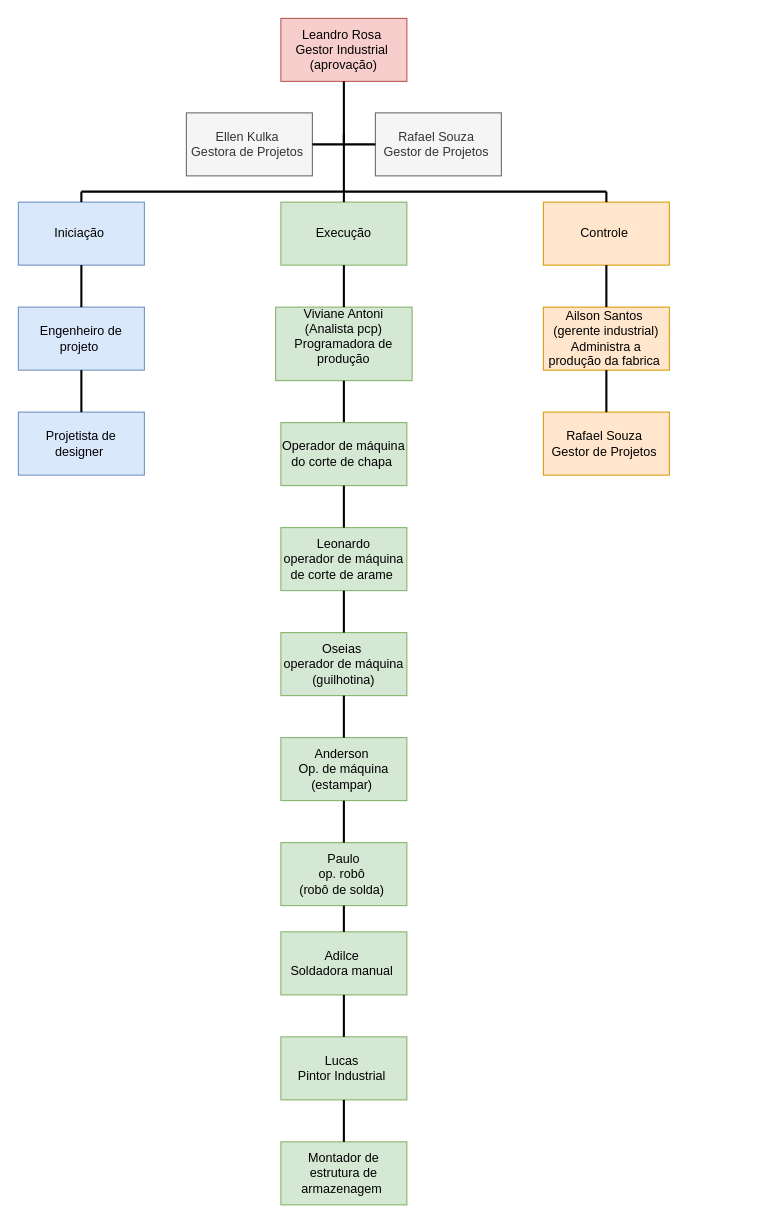
Above: pessoas_e_cronogramas.drawio in EllenNKulka/exerc-ciosCasoDeUso (draw.io), before the change. Source tidied: cells renumbered, new cells numbered last; positions are measured from the earlier drawing's top-left corner, leaving out a move shared by most shapes. Both pictures are drawn from the tidied source at 105%, with x=0, y=0 at pixel (18, 18).
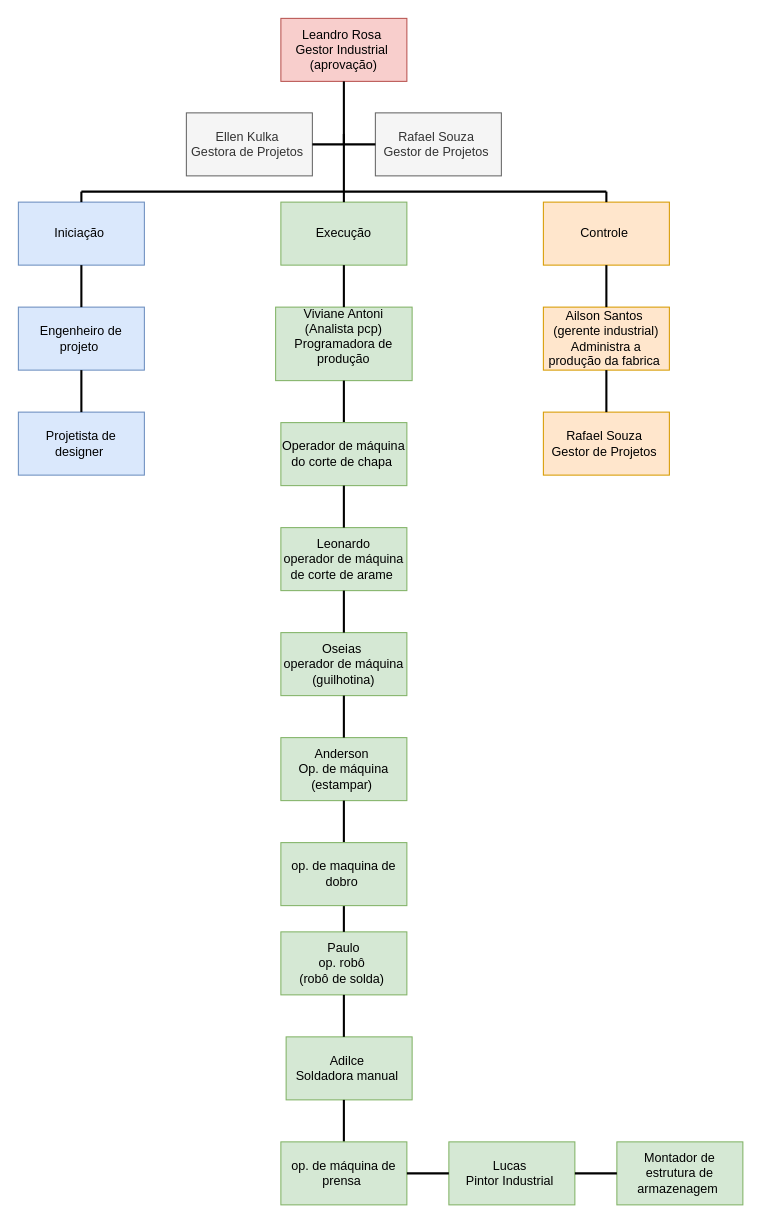
After the change.

What changed in the source:
```diff
@@
     <mxCell id="29" value="Paulo&lt;br&gt;op. robô&amp;nbsp;&lt;br&gt;(robô de solda)&amp;nbsp;" style="rounded=0;whiteSpace=wrap;html=1;fillColor=#d5e8d4;strokeColor=#82b366;" parent="1" vertex="1">
-      <mxGeometry x="250" y="785" width="120" height="60" as="geometry" />
+      <mxGeometry x="250" y="870" width="120" height="60" as="geometry" />
     </mxCell>
     <mxCell id="30" value="Adilce&amp;nbsp;&lt;br&gt;Soldadora manual&amp;nbsp;" style="rounded=0;whiteSpace=wrap;html=1;fillColor=#d5e8d4;strokeColor=#82b366;" parent="1" vertex="1">
-      <mxGeometry x="250" y="870" width="120" height="60" as="geometry" />
+      <mxGeometry x="255" y="970" width="120" height="60" as="geometry" />
     </mxCell>
     <mxCell id="31" value="Lucas&amp;nbsp;&lt;br&gt;Pintor Industrial&amp;nbsp;" style="rounded=0;whiteSpace=wrap;html=1;fillColor=#d5e8d4;strokeColor=#82b366;" parent="1" vertex="1">
-      <mxGeometry x="250" y="970" width="120" height="60" as="geometry" />
+      <mxGeometry x="410" y="1070" width="120" height="60" as="geometry" />
     </mxCell>
     <mxCell id="32" value="Montador de estrutura de armazenagem&amp;nbsp;" style="rounded=0;whiteSpace=wrap;html=1;fillColor=#d5e8d4;strokeColor=#82b366;" parent="1" vertex="1">
-      <mxGeometry x="250" y="1070" width="120" height="60" as="geometry" />
+      <mxGeometry x="570" y="1070" width="120" height="60" as="geometry" />
     </mxCell>
@@
+    <mxCell id="41" value="op. de maquina de dobro&amp;nbsp;" style="rounded=0;whiteSpace=wrap;html=1;fillColor=#d5e8d4;strokeColor=#82b366;" parent="1" vertex="1">
+      <mxGeometry x="250" y="785" width="120" height="60" as="geometry" />
+    </mxCell>
+    <mxCell id="42" value="op. de máquina de prensa&amp;nbsp;" style="rounded=0;whiteSpace=wrap;html=1;fillColor=#d5e8d4;strokeColor=#82b366;" parent="1" vertex="1">
+      <mxGeometry x="250" y="1070" width="120" height="60" as="geometry" />
+    </mxCell>
+    <mxCell id="43" style="line;strokeWidth=2;html=1;" parent="1" vertex="1">
+      <mxGeometry x="370" y="1095" width="40" height="10" as="geometry" />
+    </mxCell>
+    <mxCell id="44" style="line;strokeWidth=2;html=1;" parent="1" vertex="1">
+      <mxGeometry x="530" y="1095" width="40" height="10" as="geometry" />
+    </mxCell>
```
